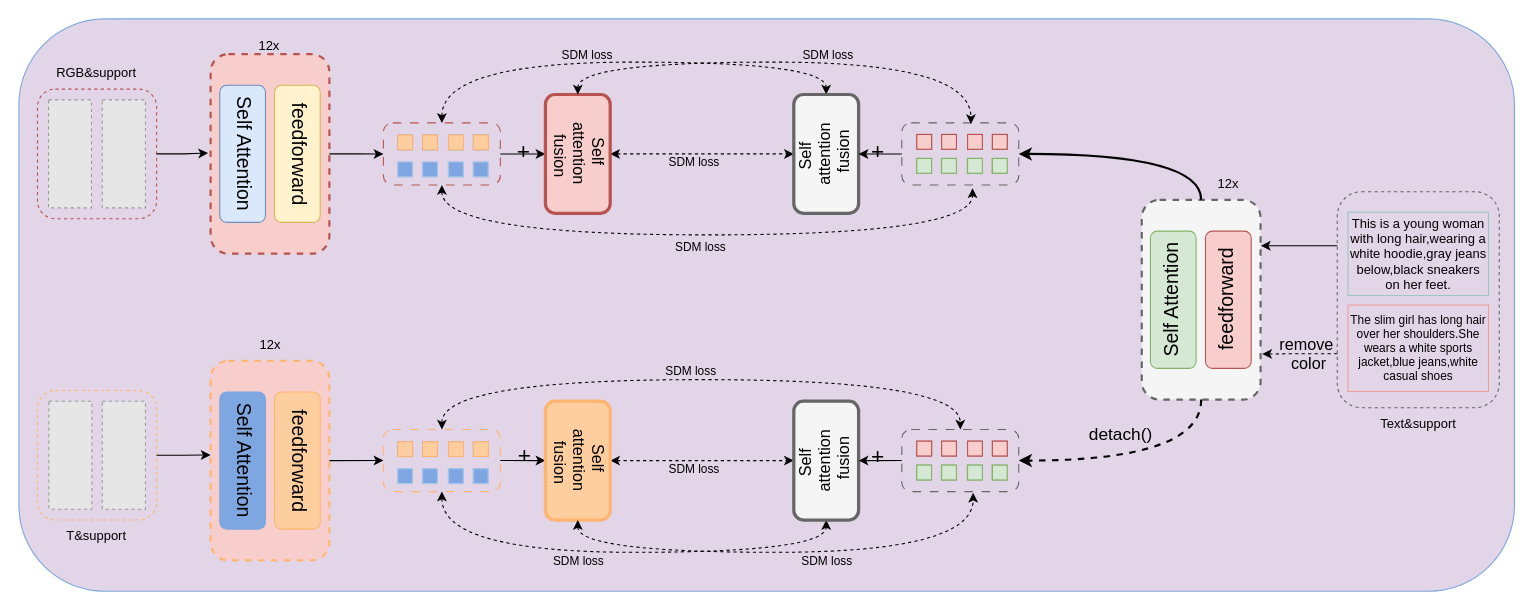
Before: 12.10mlukd_teacher.drawio in CZYdeGithub/drawio, a draw.io diagram. Source tidied: cells renumbered, new cells numbered last; positions are measured from the earlier drawing's top-left corner, leaving out a move shared by most shapes. Both pictures are drawn from the tidied source at 108%, with x=0, y=0 at pixel (18, 18). Pictures stored in the file or linked from it are replaced by grey dashed boxes.
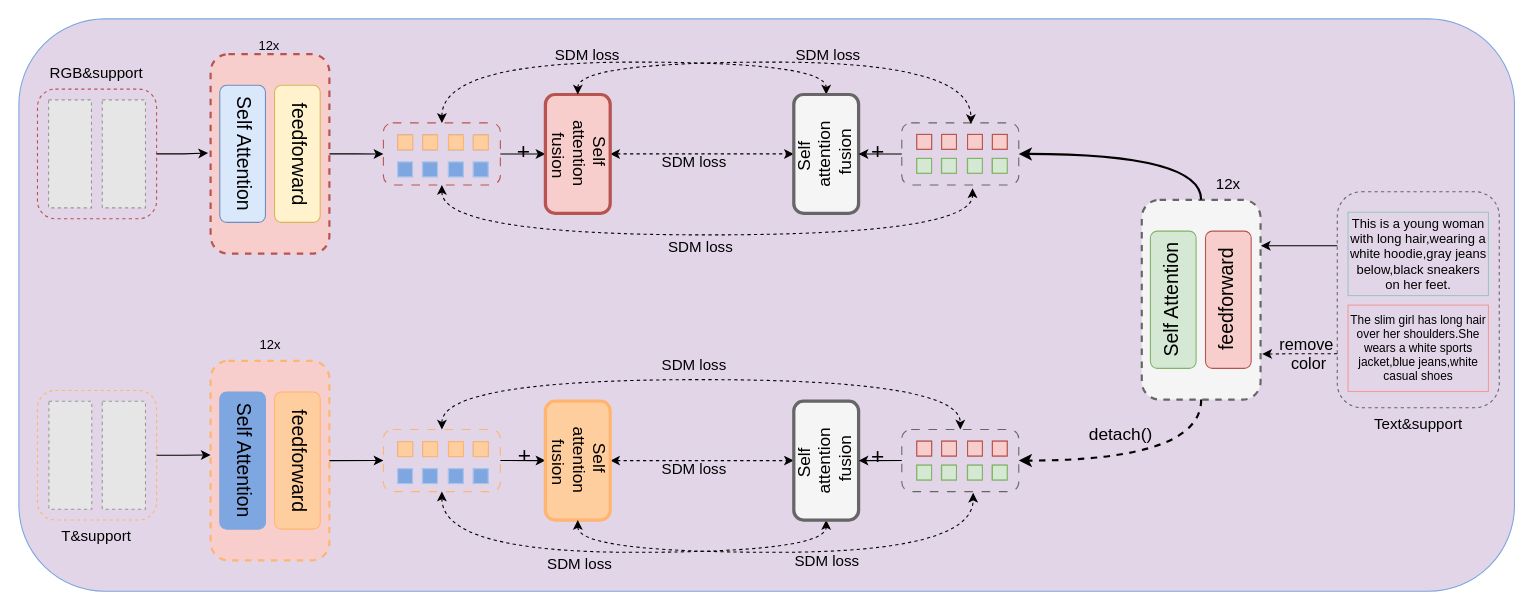
After the change.

The change refers to these unchanged cells:
```xml
<mxCell id="5" style="edgeStyle=orthogonalEdgeStyle;rounded=0;jettySize=auto;html=1;exitX=0.5;exitY=0;exitDx=0;exitDy=0;entryX=0.5;entryY=1;entryDx=0;entryDy=0;curved=1;startArrow=classic;startFill=1;dashed=1;" parent="1" edge="1" source="7" target="13">
  <mxGeometry relative="1" as="geometry">
    <Array as="points">
      <mxPoint x="391.5" y="40" />
      <mxPoint x="747.5" y="40" />
    </Array>
  </mxGeometry>
</mxCell>
<mxCell id="10" style="edgeStyle=orthogonalEdgeStyle;rounded=0;jettySize=auto;html=1;exitX=0;exitY=0.5;exitDx=0;exitDy=0;entryX=1;entryY=0.5;entryDx=0;entryDy=0;startArrow=classic;startFill=1;dashed=1;" parent="1" edge="1" source="12" target="13">
  <mxGeometry relative="1" as="geometry" />
</mxCell>
<mxCell id="65" style="edgeStyle=orthogonalEdgeStyle;rounded=0;jettySize=auto;html=1;exitX=0.5;exitY=1;exitDx=0;exitDy=0;entryX=0.605;entryY=1.053;entryDx=0;entryDy=0;entryPerimeter=0;curved=1;startArrow=classic;startFill=1;dashed=1;" parent="1" edge="1" source="7" target="47">
  <mxGeometry relative="1" as="geometry">
    <Array as="points">
      <mxPoint x="391.5" y="200" />
      <mxPoint x="883.5" y="200" />
    </Array>
  </mxGeometry>
</mxCell>
<mxCell id="67" style="edgeStyle=orthogonalEdgeStyle;rounded=0;jettySize=auto;html=1;exitX=0.5;exitY=1;exitDx=0;exitDy=0;entryX=0.591;entryY=0.019;entryDx=0;entryDy=0;entryPerimeter=0;curved=1;startArrow=classic;startFill=1;dashed=1;" parent="1" edge="1" source="12" target="47">
  <mxGeometry relative="1" as="geometry">
    <Array as="points">
      <mxPoint x="517.5" y="40" />
      <mxPoint x="881.5" y="40" />
    </Array>
  </mxGeometry>
</mxCell>
<mxCell id="77" style="edgeStyle=orthogonalEdgeStyle;rounded=0;jettySize=auto;html=1;exitX=0;exitY=0.5;exitDx=0;exitDy=0;entryX=1;entryY=0.5;entryDx=0;entryDy=0;startArrow=classic;startFill=1;dashed=1;" parent="1" edge="1" source="79" target="80">
  <mxGeometry relative="1" as="geometry" />
</mxCell>
```

Change to the diagram source:
```diff
@@
-    <mxCell id="6" value="SDM loss" style="edgeLabel;html=1;align=center;verticalAlign=middle;labelBackgroundColor=none;" parent="5" vertex="1">
+    <mxCell id="6" value="SDM loss" style="edgeLabel;html=1;align=center;verticalAlign=middle;labelBackgroundColor=none;fontSize=14;" parent="5" vertex="1">
       <mxGeometry x="-0.14" relative="1" as="geometry">
         <mxPoint y="-7" as="offset" />
       </mxGeometry>
     </mxCell>
@@
-    <mxCell id="11" value="SDM loss" style="edgeLabel;html=1;align=center;verticalAlign=middle;labelBackgroundColor=none;" parent="10" vertex="1">
+    <mxCell id="11" value="SDM loss" style="edgeLabel;html=1;align=center;verticalAlign=middle;labelBackgroundColor=none;fontSize=14;" parent="10" vertex="1">
       <mxGeometry x="-0.1" y="-1" relative="1" as="geometry">
         <mxPoint y="6" as="offset" />
       </mxGeometry>
     </mxCell>
-    <mxCell id="12" value="Self&amp;nbsp;&lt;div style=&quot;font-size: 15px;&quot;&gt;attention&lt;/div&gt;&lt;div style=&quot;font-size: 15px;&quot;&gt;&amp;nbsp;fusion&lt;/div&gt;" style="rounded=1;whiteSpace=wrap;html=1;direction=west;textDirection=vertical-rl;fontSize=15;strokeColor=#b85450;strokeWidth=3;fillColor=#f8cecc;" parent="1" vertex="1">
+    <mxCell id="12" value="Self&amp;nbsp;&lt;div&gt;attention&lt;/div&gt;&lt;div&gt;&amp;nbsp;fusion&lt;/div&gt;" style="rounded=1;whiteSpace=wrap;html=1;direction=west;textDirection=vertical-rl;fontSize=16;strokeColor=#b85450;strokeWidth=3;fillColor=#f8cecc;" parent="1" vertex="1">
       <mxGeometry x="487.5" y="70" width="60" height="110" as="geometry" />
     </mxCell>
-    <mxCell id="13" value="Self&amp;nbsp;&lt;div style=&quot;font-size: 15px;&quot;&gt;attention&lt;/div&gt;&lt;div style=&quot;font-size: 15px;&quot;&gt;&amp;nbsp;fusion&lt;/div&gt;" style="rounded=1;whiteSpace=wrap;html=1;direction=east;textDirection=vertical-rl;fontSize=15;strokeColor=#666666;flipV=1;flipH=1;rotation=-180;strokeWidth=3;fillColor=#f5f5f5;" parent="1" vertex="1">
+    <mxCell id="13" value="Self&amp;nbsp;&lt;div&gt;attention&lt;/div&gt;&lt;div&gt;&amp;nbsp;fusion&lt;/div&gt;" style="rounded=1;whiteSpace=wrap;html=1;direction=east;textDirection=vertical-rl;fontSize=16;strokeColor=#666666;flipV=1;flipH=1;rotation=-180;strokeWidth=3;fillColor=#f5f5f5;" parent="1" vertex="1">
       <mxGeometry x="717.5" y="70" width="60" height="110" as="geometry" />
     </mxCell>
@@
-    <mxCell id="22" style="group;rotation=-180;" parent="1" vertex="1">
+    <mxCell id="22" style="group;rotation=-180;fontSize=14;" parent="1" vertex="1">
       <mxGeometry x="1039.7" y="167.5" width="110" height="185" as="geometry" />
     </mxCell>
@@
-    <mxCell id="66" value="SDM loss" style="edgeLabel;html=1;align=center;verticalAlign=middle;labelBackgroundColor=none;" parent="65" vertex="1">
+    <mxCell id="66" value="SDM loss" style="edgeLabel;html=1;align=center;verticalAlign=middle;labelBackgroundColor=none;fontSize=14;" parent="65" vertex="1">
       <mxGeometry x="-0.02" y="-2" relative="1" as="geometry">
         <mxPoint y="8" as="offset" />
       </mxGeometry>
     </mxCell>
@@
-    <mxCell id="68" value="SDM loss" style="edgeLabel;html=1;align=center;verticalAlign=middle;labelBackgroundColor=none;" parent="67" vertex="1">
+    <mxCell id="68" value="SDM loss" style="edgeLabel;html=1;align=center;verticalAlign=middle;labelBackgroundColor=none;fontSize=14;" parent="67" vertex="1">
       <mxGeometry x="0.13" y="-3" relative="1" as="geometry">
         <mxPoint x="6" y="-10" as="offset" />
       </mxGeometry>
     </mxCell>
-    <mxCell id="69" value="RGB&amp;amp;support" style="text;html=1;align=center;verticalAlign=middle;whiteSpace=wrap;rounded=0;" parent="1" vertex="1">
+    <mxCell id="69" value="RGB&amp;amp;support" style="text;html=1;align=center;verticalAlign=middle;whiteSpace=wrap;rounded=0;fontSize=14;" parent="1" vertex="1">
       <mxGeometry x="42.3" y="35" width="60" height="30" as="geometry" />
     </mxCell>
-    <mxCell id="70" value="Text&amp;amp;support" style="text;html=1;align=center;verticalAlign=middle;whiteSpace=wrap;rounded=0;" parent="1" vertex="1">
+    <mxCell id="70" value="Text&amp;amp;support" style="text;html=1;align=center;verticalAlign=middle;whiteSpace=wrap;rounded=0;fontSize=14;" parent="1" vertex="1">
       <mxGeometry x="1265.7" y="360" width="60" height="30" as="geometry" />
     </mxCell>
@@
-    <mxCell id="78" value="SDM loss" style="edgeLabel;html=1;align=center;verticalAlign=middle;labelBackgroundColor=none;" parent="77" vertex="1">
+    <mxCell id="78" value="SDM loss" style="edgeLabel;html=1;align=center;verticalAlign=middle;labelBackgroundColor=none;fontSize=14;" parent="77" vertex="1">
       <mxGeometry x="-0.1" y="-1" relative="1" as="geometry">
         <mxPoint y="6" as="offset" />
       </mxGeometry>
     </mxCell>
-    <mxCell id="79" value="Self&amp;nbsp;&lt;div style=&quot;font-size: 15px;&quot;&gt;attention&lt;/div&gt;&lt;div style=&quot;font-size: 15px;&quot;&gt;&amp;nbsp;fusion&lt;/div&gt;" style="rounded=1;whiteSpace=wrap;html=1;direction=west;textDirection=vertical-rl;fontSize=15;strokeColor=#ffb570;strokeWidth=3;fillColor=#ffce9f;" parent="1" vertex="1">
+    <mxCell id="79" value="Self&amp;nbsp;&lt;div&gt;attention&lt;/div&gt;&lt;div&gt;&amp;nbsp;fusion&lt;/div&gt;" style="rounded=1;whiteSpace=wrap;html=1;direction=west;textDirection=vertical-rl;fontSize=16;strokeColor=#ffb570;strokeWidth=3;fillColor=#ffce9f;" parent="1" vertex="1">
       <mxGeometry x="487.5" y="354" width="60" height="110" as="geometry" />
     </mxCell>
-    <mxCell id="80" value="Self&amp;nbsp;&lt;div style=&quot;font-size: 15px;&quot;&gt;attention&lt;/div&gt;&lt;div style=&quot;font-size: 15px;&quot;&gt;&amp;nbsp;fusion&lt;/div&gt;" style="rounded=1;whiteSpace=wrap;html=1;direction=east;textDirection=vertical-rl;fontSize=15;strokeColor=#666666;flipV=1;flipH=1;rotation=-180;strokeWidth=3;fillColor=#f5f5f5;" parent="1" vertex="1">
+    <mxCell id="80" value="Self&amp;nbsp;&lt;div&gt;attention&lt;/div&gt;&lt;div&gt;&amp;nbsp;fusion&lt;/div&gt;" style="rounded=1;whiteSpace=wrap;html=1;direction=east;textDirection=vertical-rl;fontSize=16;strokeColor=#666666;flipV=1;flipH=1;rotation=-180;strokeWidth=3;fillColor=#f5f5f5;" parent="1" vertex="1">
       <mxGeometry x="717.5" y="354" width="60" height="110" as="geometry" />
     </mxCell>
@@
-    <mxCell id="128" value="T&amp;amp;support" style="text;html=1;align=center;verticalAlign=middle;whiteSpace=wrap;rounded=0;" parent="1" vertex="1">
+    <mxCell id="128" value="T&amp;amp;support" style="text;html=1;align=center;verticalAlign=middle;whiteSpace=wrap;rounded=0;fontSize=14;" parent="1" vertex="1">
       <mxGeometry x="42.3" y="464" width="60" height="30" as="geometry" />
     </mxCell>
-    <mxCell id="129" value="SDM loss" style="edgeLabel;html=1;align=center;verticalAlign=middle;labelBackgroundColor=none;" parent="1" vertex="1">
+    <mxCell id="129" value="SDM loss" style="edgeLabel;html=1;align=center;verticalAlign=middle;labelBackgroundColor=none;fontSize=14;" parent="1" vertex="1">
       <mxGeometry x="627.5" y="324" as="geometry">
-        <mxPoint x="-6" y="1" as="offset" />
+        <mxPoint x="-3" y="-4" as="offset" />
       </mxGeometry>
     </mxCell>
-    <mxCell id="130" value="SDM loss" style="edgeLabel;html=1;align=center;verticalAlign=middle;labelBackgroundColor=none;" parent="1" vertex="1">
-      <mxGeometry x="517.5" y="501.5" as="geometry" />
+    <mxCell id="130" value="SDM loss" style="edgeLabel;html=1;align=center;verticalAlign=middle;labelBackgroundColor=none;fontSize=14;" parent="1" vertex="1">
+      <mxGeometry x="517.5" y="510" as="geometry">
+        <mxPoint x="1" y="-6" as="offset" />
+      </mxGeometry>
     </mxCell>
-    <mxCell id="131" value="SDM loss" style="edgeLabel;html=1;align=center;verticalAlign=middle;labelBackgroundColor=none;" parent="1" vertex="1">
+    <mxCell id="131" value="SDM loss" style="edgeLabel;html=1;align=center;verticalAlign=middle;labelBackgroundColor=none;fontSize=14;" parent="1" vertex="1">
       <mxGeometry x="747.5" y="501.5" as="geometry" />
     </mxCell>
-    <mxCell id="132" value="12x" style="text;html=1;align=center;verticalAlign=middle;whiteSpace=wrap;rounded=0;" parent="1" vertex="1">
+    <mxCell id="132" value="12x" style="text;html=1;align=center;verticalAlign=middle;whiteSpace=wrap;rounded=0;fontSize=14;" parent="1" vertex="1">
       <mxGeometry x="1089.7" y="137.5" width="60" height="30" as="geometry" />
     </mxCell>
```
